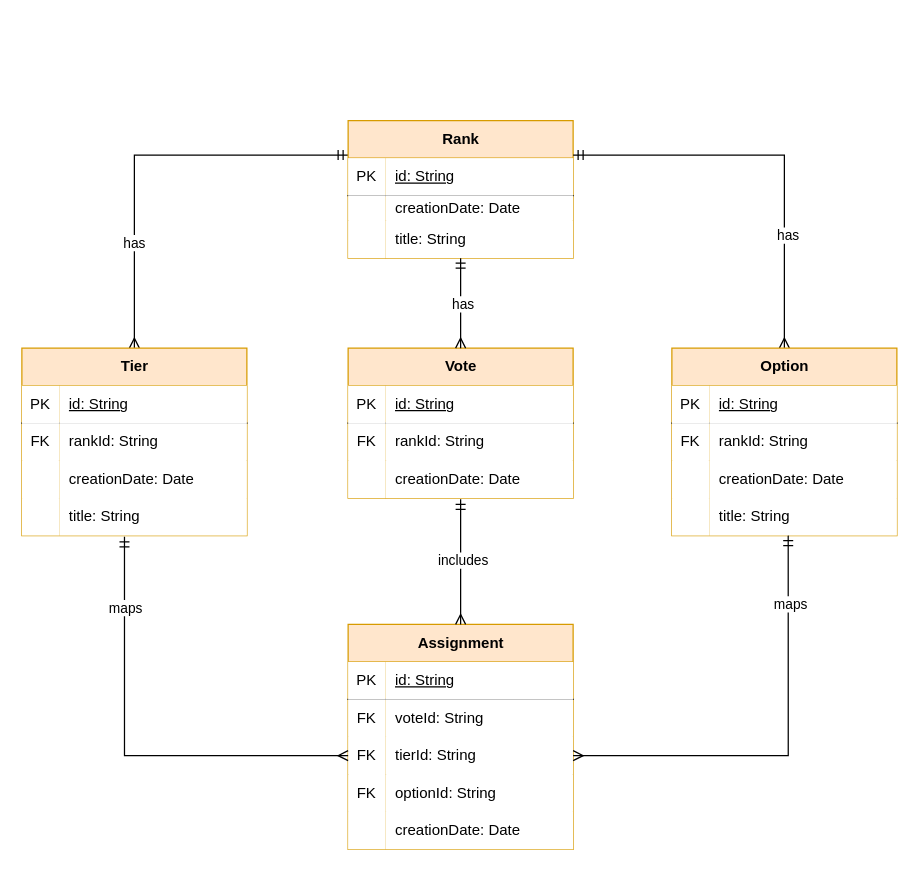
This is page "DomainEntities" (1 of 2) of docs/Diagrams.drawio from BrunoMNDantas/Ranker, a draw.io file, before an edit. Source tidied: cells renumbered, new cells numbered last; positions are measured from the earlier drawing's top-left corner, leaving out a move shared by most shapes. Both pictures are drawn from the tidied source at 125%, with x=0, y=0 at pixel (21, 120).
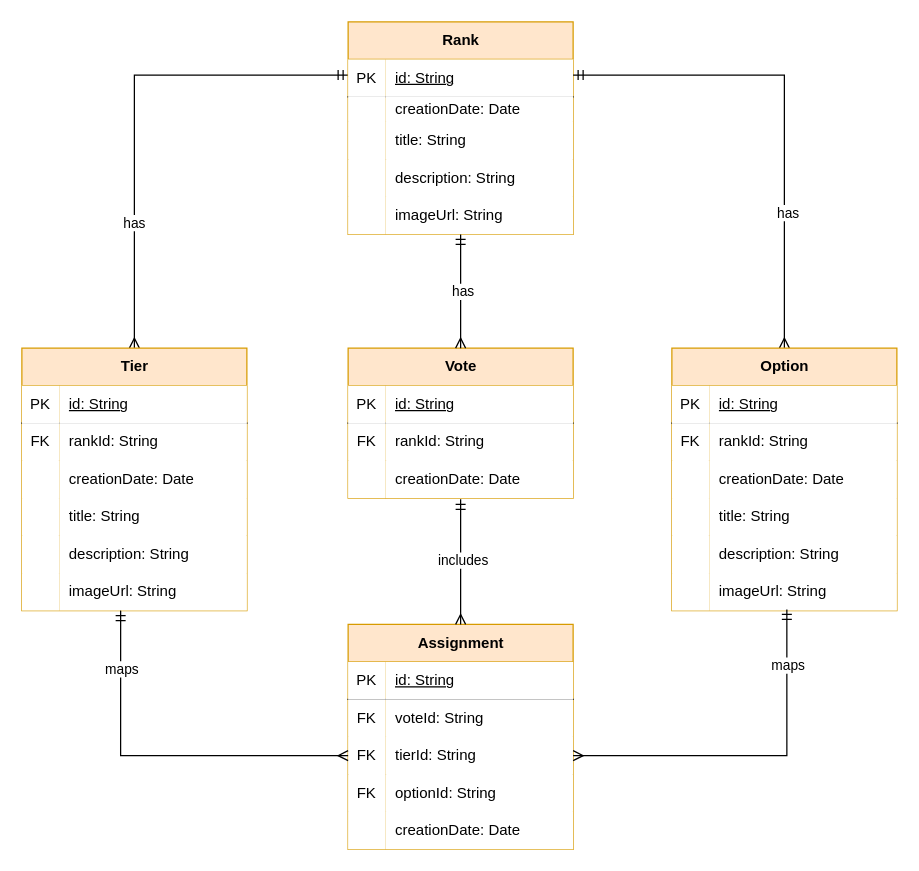
After the change.

Commit message (it also covers changes not shown here):
Added imageUrl property to Rank, Tier and Option entities

Unchanged cells that the change refers to:
```xml
<mxCell id="14" style="shape=tableRow;horizontal=0;startSize=0;swimlaneHead=0;swimlaneBody=0;fillColor=none;points=[[0,0.5],[1,0.5]];portConstraint=eastwest;top=0;left=0;right=0;bottom=0;" parent="4" vertex="1">
  <mxGeometry y="120" width="180" height="30" as="geometry" />
</mxCell>
<mxCell id="24" style="shape=tableRow;horizontal=0;startSize=0;swimlaneHead=0;swimlaneBody=0;fillColor=none;points=[[0,0.5],[1,0.5]];portConstraint=eastwest;top=0;left=0;right=0;bottom=0;" parent="17" vertex="1">
  <mxGeometry y="80" width="180" height="30" as="geometry" />
</mxCell>
<mxCell id="27" value="Vote" style="shape=table;startSize=30;childLayout=tableLayout;rowLines=0;fontStyle=1;align=center;html=1;fillColor=#ffe6cc;strokeColor=#d79b00;fillStyle=solid;" parent="1" vertex="1">
  <mxGeometry x="261" y="182" width="180" height="120" as="geometry" />
</mxCell>
<mxCell id="44" style="shape=tableRow;horizontal=0;startSize=0;swimlaneHead=0;swimlaneBody=0;fillColor=none;points=[[0,0.5],[1,0.5]];portConstraint=eastwest;top=0;left=0;right=0;bottom=0;" parent="37" vertex="1">
  <mxGeometry y="90" width="180" height="30" as="geometry" />
</mxCell>
<mxCell id="65" style="shape=tableRow;horizontal=0;startSize=0;swimlaneHead=0;swimlaneBody=0;fillColor=none;points=[[0,0.5],[1,0.5]];portConstraint=eastwest;top=0;left=0;right=0;bottom=0;" parent="55" vertex="1">
  <mxGeometry y="120" width="180" height="30" as="geometry" />
</mxCell>
```

Change to the diagram source:
```diff
@@
     <mxCell id="4" value="Tier" style="shape=table;startSize=30;childLayout=tableLayout;rowLines=0;fontStyle=1;align=center;html=1;fillColor=#ffe6cc;strokeColor=#d79b00;fillStyle=solid;" parent="1" vertex="1">
-      <mxGeometry y="182" width="180" height="150" as="geometry" />
+      <mxGeometry y="182" width="180" height="210" as="geometry" />
     </mxCell>
@@
+    <mxCell id="76" style="shape=tableRow;horizontal=0;startSize=0;swimlaneHead=0;swimlaneBody=0;fillColor=none;top=0;left=0;right=0;bottom=0;" parent="4" vertex="1">
+      <mxGeometry y="150" width="180" height="30" as="geometry" />
+    </mxCell>
+    <mxCell id="77" style="shape=partialRectangle;fillColor=default;top=0;left=0;bottom=0;right=0;overflow=hidden;whiteSpace=wrap;html=1;" parent="76" vertex="1">
+      <mxGeometry width="30" height="30" as="geometry" />
+    </mxCell>
+    <mxCell id="78" value="description: String" style="shape=partialRectangle;fillColor=default;top=0;left=0;bottom=0;right=0;align=left;spacingLeft=6;overflow=hidden;whiteSpace=wrap;html=1;" parent="76" vertex="1">
+      <mxGeometry x="30" width="150" height="30" as="geometry" />
+    </mxCell>
+    <mxCell id="79" style="shape=tableRow;horizontal=0;startSize=0;swimlaneHead=0;swimlaneBody=0;fillColor=none;points=[[0,0.5],[1,0.5]];portConstraint=eastwest;top=0;left=0;right=0;bottom=0;" parent="4" vertex="1">
+      <mxGeometry y="180" width="180" height="30" as="geometry" />
+    </mxCell>
+    <mxCell id="80" style="shape=partialRectangle;fillColor=default;top=0;left=0;bottom=0;right=0;overflow=hidden;whiteSpace=wrap;html=1;" parent="79" vertex="1">
+      <mxGeometry width="30" height="30" as="geometry" />
+    </mxCell>
+    <mxCell id="81" value="imageUrl: String" style="shape=partialRectangle;fillColor=default;top=0;left=0;bottom=0;right=0;align=left;spacingLeft=6;overflow=hidden;whiteSpace=wrap;html=1;" parent="79" vertex="1">
+      <mxGeometry x="30" width="150" height="30" as="geometry" />
+    </mxCell>
     <mxCell id="17" value="Rank" style="shape=table;startSize=30;childLayout=tableLayout;rowLines=0;fontStyle=1;align=center;html=1;fillColor=#ffe6cc;strokeColor=#d79b00;fillStyle=solid;" parent="1" vertex="1">
-      <mxGeometry x="261" width="180" height="110" as="geometry" />
+      <mxGeometry x="261" y="-79" width="180" height="170" as="geometry" />
     </mxCell>
@@
+    <mxCell id="82" style="shape=tableRow;horizontal=0;startSize=0;swimlaneHead=0;swimlaneBody=0;fillColor=none;top=0;left=0;right=0;bottom=0;" parent="17" vertex="1">
+      <mxGeometry y="110" width="180" height="30" as="geometry" />
+    </mxCell>
+    <mxCell id="83" style="shape=partialRectangle;fillColor=default;top=0;left=0;bottom=0;right=0;overflow=hidden;whiteSpace=wrap;html=1;" parent="82" vertex="1">
+      <mxGeometry width="30" height="30" as="geometry" />
+    </mxCell>
+    <mxCell id="84" value="description: String" style="shape=partialRectangle;fillColor=default;top=0;left=0;bottom=0;right=0;align=left;spacingLeft=6;overflow=hidden;whiteSpace=wrap;html=1;" parent="82" vertex="1">
+      <mxGeometry x="30" width="150" height="30" as="geometry" />
+    </mxCell>
+    <mxCell id="85" style="shape=tableRow;horizontal=0;startSize=0;swimlaneHead=0;swimlaneBody=0;fillColor=none;top=0;left=0;right=0;bottom=0;" parent="17" vertex="1">
+      <mxGeometry y="140" width="180" height="30" as="geometry" />
+    </mxCell>
+    <mxCell id="86" style="shape=partialRectangle;fillColor=default;top=0;left=0;bottom=0;right=0;overflow=hidden;whiteSpace=wrap;html=1;" parent="85" vertex="1">
+      <mxGeometry width="30" height="30" as="geometry" />
+    </mxCell>
+    <mxCell id="87" value="imageUrl: String" style="shape=partialRectangle;fillColor=default;top=0;left=0;bottom=0;right=0;align=left;spacingLeft=6;overflow=hidden;whiteSpace=wrap;html=1;" parent="85" vertex="1">
+      <mxGeometry x="30" width="150" height="30" as="geometry" />
+    </mxCell>
@@
     <mxCell id="55" value="Option" style="shape=table;startSize=30;childLayout=tableLayout;rowLines=0;fontStyle=1;align=center;html=1;fillColor=#ffe6cc;strokeColor=#d79b00;fillStyle=solid;" parent="1" vertex="1">
-      <mxGeometry x="520" y="182" width="180" height="150" as="geometry" />
+      <mxGeometry x="520" y="182" width="180" height="210" as="geometry" />
     </mxCell>
@@
+    <mxCell id="88" style="shape=tableRow;horizontal=0;startSize=0;swimlaneHead=0;swimlaneBody=0;fillColor=none;top=0;left=0;right=0;bottom=0;" parent="55" vertex="1">
+      <mxGeometry y="150" width="180" height="30" as="geometry" />
+    </mxCell>
+    <mxCell id="89" style="shape=partialRectangle;fillColor=default;top=0;left=0;bottom=0;right=0;overflow=hidden;whiteSpace=wrap;html=1;" parent="88" vertex="1">
+      <mxGeometry width="30" height="30" as="geometry" />
+    </mxCell>
+    <mxCell id="90" value="description: String" style="shape=partialRectangle;fillColor=default;top=0;left=0;bottom=0;right=0;align=left;spacingLeft=6;overflow=hidden;whiteSpace=wrap;html=1;" parent="88" vertex="1">
+      <mxGeometry x="30" width="150" height="30" as="geometry" />
+    </mxCell>
+    <mxCell id="91" style="shape=tableRow;horizontal=0;startSize=0;swimlaneHead=0;swimlaneBody=0;fillColor=none;points=[[0,0.5],[1,0.5]];portConstraint=eastwest;top=0;left=0;right=0;bottom=0;" parent="55" vertex="1">
+      <mxGeometry y="180" width="180" height="30" as="geometry" />
+    </mxCell>
+    <mxCell id="92" style="shape=partialRectangle;fillColor=default;top=0;left=0;bottom=0;right=0;overflow=hidden;whiteSpace=wrap;html=1;" parent="91" vertex="1">
+      <mxGeometry width="30" height="30" as="geometry" />
+    </mxCell>
+    <mxCell id="93" value="imageUrl: String" style="shape=partialRectangle;fillColor=default;top=0;left=0;bottom=0;right=0;align=left;spacingLeft=6;overflow=hidden;whiteSpace=wrap;html=1;" parent="91" vertex="1">
+      <mxGeometry x="30" width="150" height="30" as="geometry" />
+    </mxCell>
-    <mxCell id="68" style="edgeStyle=orthogonalEdgeStyle;rounded=0;jettySize=auto;html=1;exitX=0.5;exitY=0;exitDx=0;exitDy=0;entryX=0.5;entryY=1;entryDx=0;entryDy=0;entryPerimeter=0;endArrow=ERmandOne;endFill=0;startArrow=ERmany;startFill=0;" parent="1" edge="1" source="27" target="24">
-      <mxGeometry relative="1" as="geometry" />
+    <mxCell id="68" style="edgeStyle=orthogonalEdgeStyle;rounded=0;jettySize=auto;html=1;exitX=0.5;exitY=0;exitDx=0;exitDy=0;endArrow=ERmandOne;endFill=0;startArrow=ERmany;startFill=0;" parent="1" edge="1" source="27">
+      <mxGeometry relative="1" as="geometry">
+        <mxPoint x="351" y="91" as="targetPoint" />
+      </mxGeometry>
     </mxCell>
@@
-    <mxCell id="70" style="edgeStyle=orthogonalEdgeStyle;rounded=0;jettySize=auto;html=1;exitX=1;exitY=0.5;exitDx=0;exitDy=0;entryX=0.517;entryY=1;entryDx=0;entryDy=0;entryPerimeter=0;endArrow=ERmandOne;endFill=0;startArrow=ERmany;startFill=0;" parent="1" edge="1" source="44" target="65">
+    <mxCell id="70" style="edgeStyle=orthogonalEdgeStyle;rounded=0;jettySize=auto;html=1;exitX=1;exitY=0.5;exitDx=0;exitDy=0;endArrow=ERmandOne;endFill=0;startArrow=ERmany;startFill=0;entryX=0.511;entryY=0.967;entryDx=0;entryDy=0;entryPerimeter=0;" parent="1" edge="1" source="44" target="91">
       <mxGeometry relative="1" as="geometry" />
     </mxCell>
@@
-    <mxCell id="72" style="edgeStyle=orthogonalEdgeStyle;rounded=0;jettySize=auto;html=1;exitX=0;exitY=0.5;exitDx=0;exitDy=0;entryX=0.456;entryY=1.033;entryDx=0;entryDy=0;entryPerimeter=0;endArrow=ERmandOne;endFill=0;startArrow=ERmany;startFill=0;" parent="1" edge="1" source="44" target="14">
+    <mxCell id="72" style="edgeStyle=orthogonalEdgeStyle;rounded=0;jettySize=auto;html=1;exitX=0;exitY=0.5;exitDx=0;exitDy=0;endArrow=ERmandOne;endFill=0;startArrow=ERmany;startFill=0;entryX=0.439;entryY=1;entryDx=0;entryDy=0;entryPerimeter=0;" parent="1" edge="1" source="44" target="79">
       <mxGeometry relative="1" as="geometry" />
     </mxCell>
```
